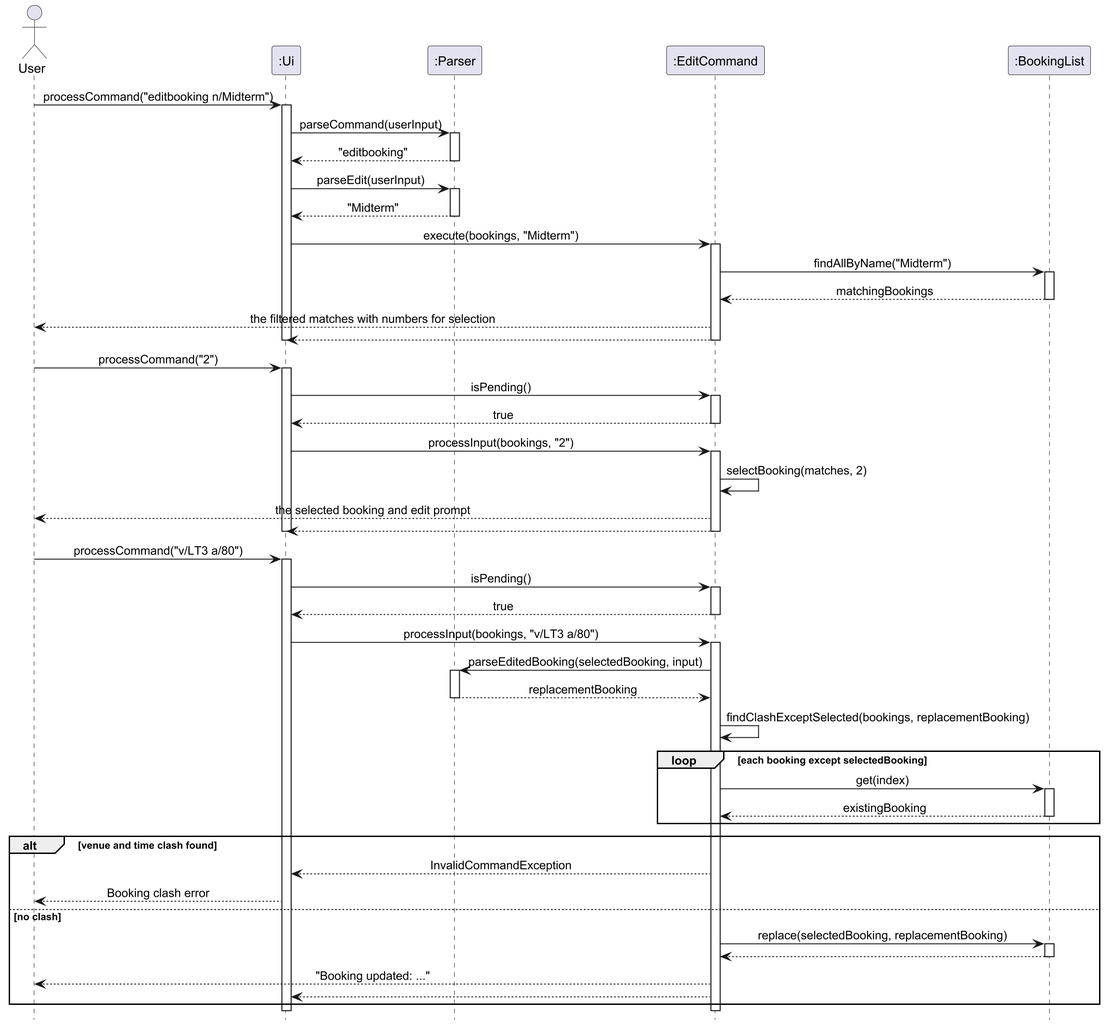
AY2627S1-CS2113-W14-2/tp keeps this PlantUML diagram as docs/UMLDiagrams/EditBookingSequenceDiagram.png. Above is the earlier version.
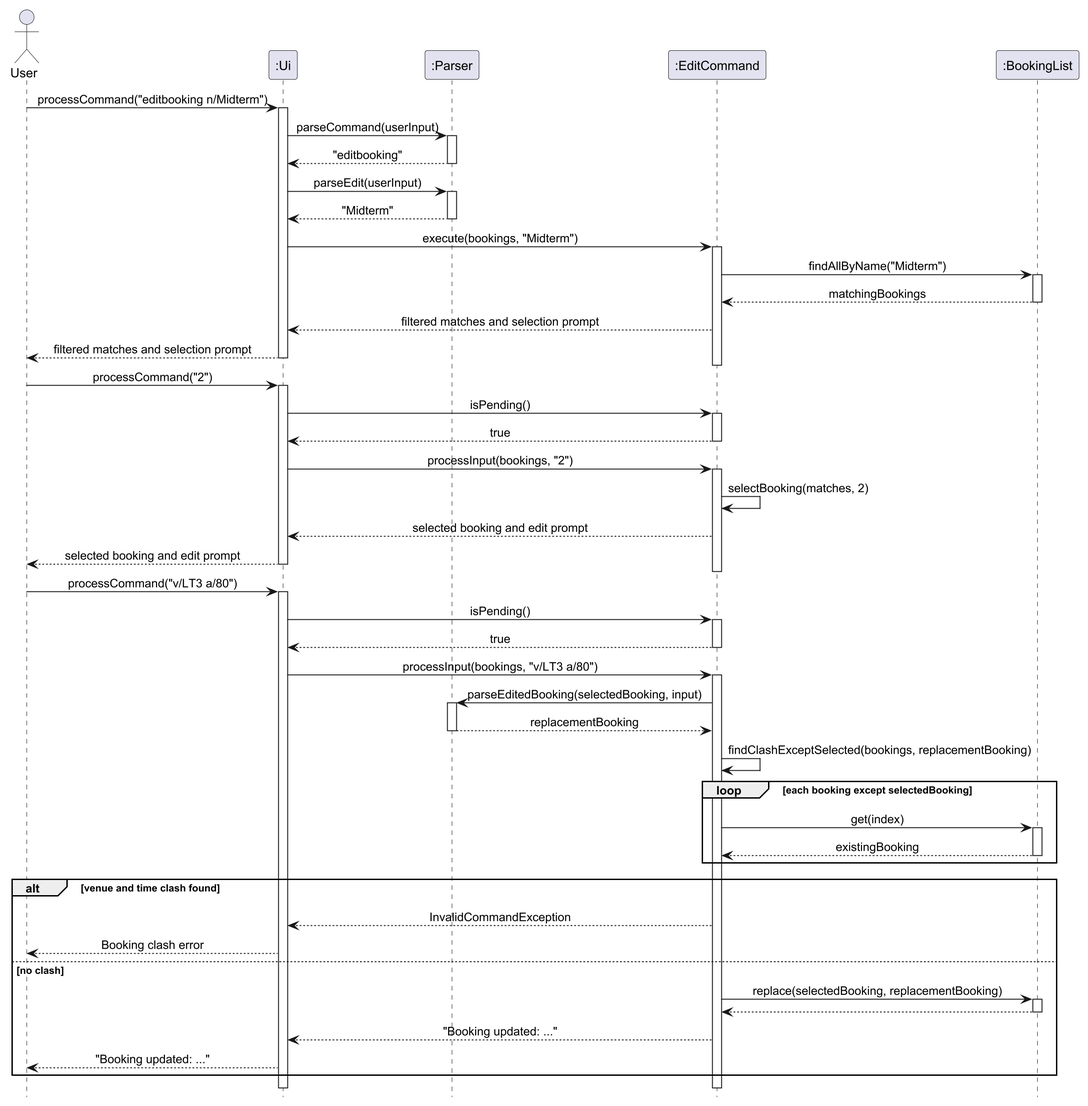
Above is the later version.

The edit, as a diff of the source:
```diff
@@ -27,8 +27,8 @@
 activate Bookings
 Bookings --> Edit: matchingBookings
 deactivate Bookings
-Edit --> User: the filtered matches with numbers for selection
-Edit --> UI
+Edit --> UI: filtered matches and selection prompt
+UI --> User: filtered matches and selection prompt
 deactivate Edit
 deactivate UI
 
@@ -41,8 +41,8 @@
 UI -> Edit: processInput(bookings, "2")
 activate Edit
 Edit -> Edit: selectBooking(matches, 2)
-Edit --> User: the selected booking and edit prompt
-Edit --> UI
+Edit --> UI: selected booking and edit prompt
+UI --> User: selected booking and edit prompt
 deactivate Edit
 deactivate UI
 
@@ -76,8 +76,8 @@
     activate Bookings
     Bookings --> Edit
     deactivate Bookings
-    Edit --> User: "Booking updated: ..."
-    Edit --> UI
+    Edit --> UI: "Booking updated: ..."
+    UI --> User: "Booking updated: ..."
 end
 
 deactivate Edit
```
